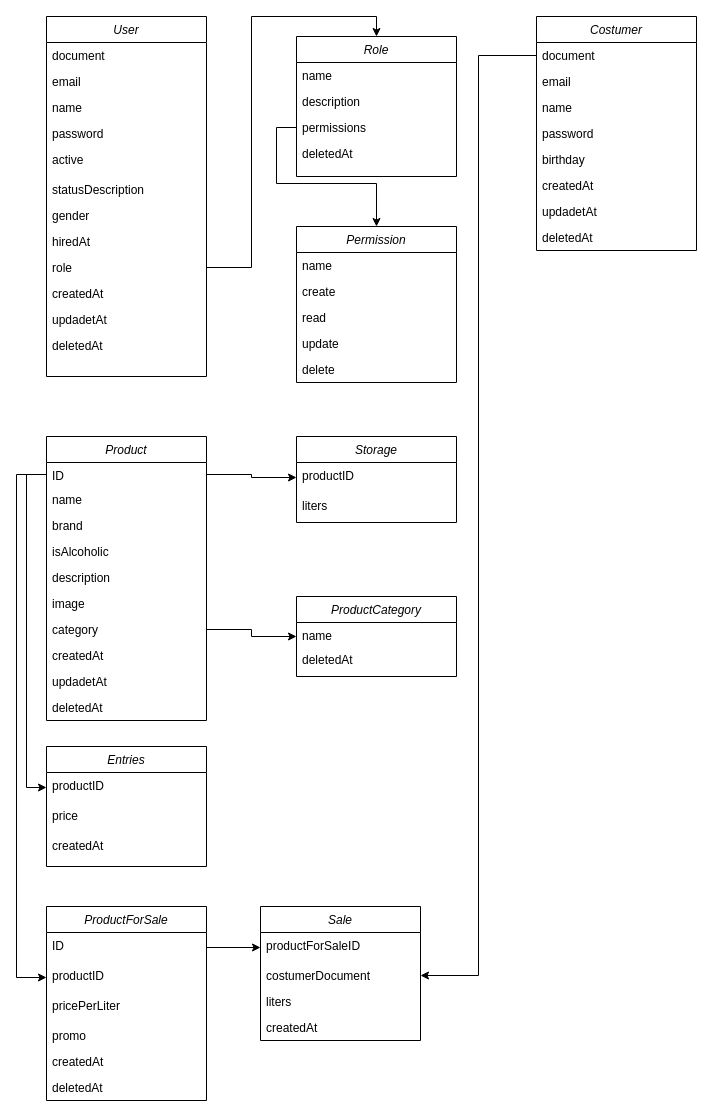
Earlier version of the draw.io diagram docs/ClassDiagram.drawio (viniciusgugelmin/iam-next-up). Source tidied: cells renumbered, new cells numbered last; positions are measured from the earlier drawing's top-left corner, leaving out a move shared by most shapes. Both pictures are drawn from the tidied source at 100%, with x=0, y=0 at pixel (16, 16).
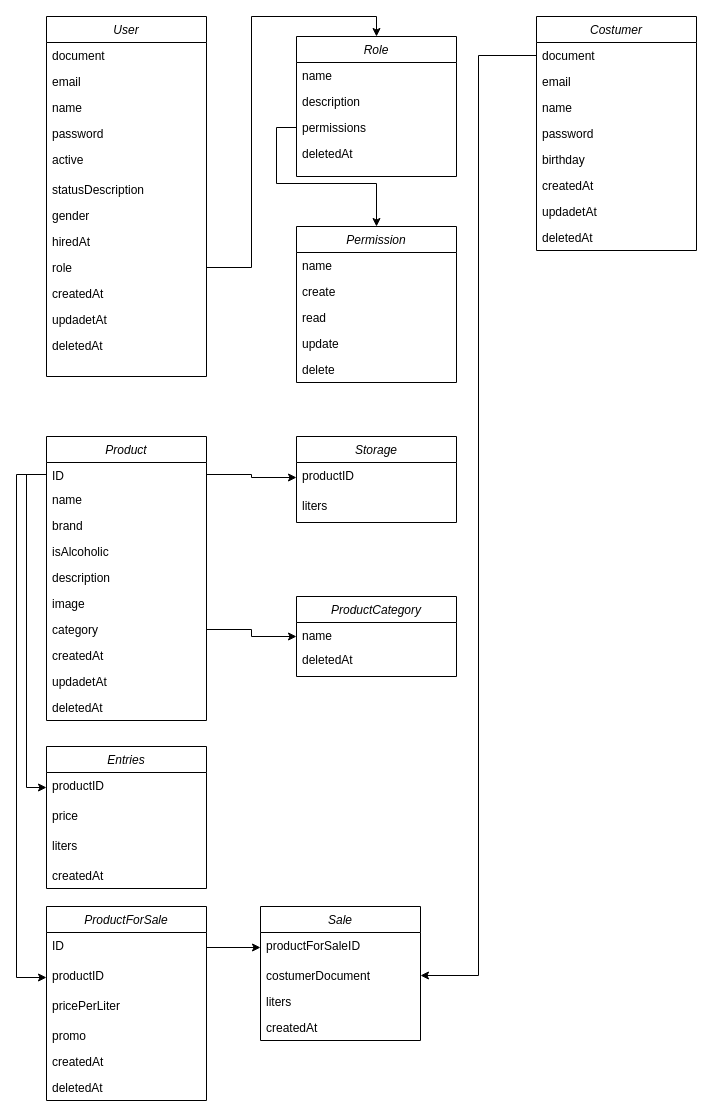
Above is the later version.

The edit, as a diff of the source:
```diff
@@
     <mxCell id="46" value="Entries" style="swimlane;fontStyle=2;align=center;verticalAlign=top;horizontal=1;startSize=26;rounded=0;shadow=0;strokeWidth=1;" parent="1" vertex="1">
-      <mxGeometry x="30" y="730" width="160" height="120" as="geometry" />
+      <mxGeometry x="30" y="730" width="160" height="142" as="geometry" />
     </mxCell>
@@
+    <mxCell id="76" value="liters" style="text;align=left;verticalAlign=top;spacingLeft=4;spacingRight=4;overflow=hidden;rounded=0;shadow=0;html=0;" parent="46" vertex="1">
+      <mxGeometry y="86" width="160" height="30" as="geometry" />
+    </mxCell>
     <mxCell id="49" value="createdAt   &#10;&#10;" style="text;align=left;verticalAlign=top;spacingLeft=4;spacingRight=4;overflow=hidden;rounded=0;shadow=0;html=0;" parent="46" vertex="1">
-      <mxGeometry y="86" width="160" height="26" as="geometry" />
+      <mxGeometry y="116" width="160" height="26" as="geometry" />
     </mxCell>
```
